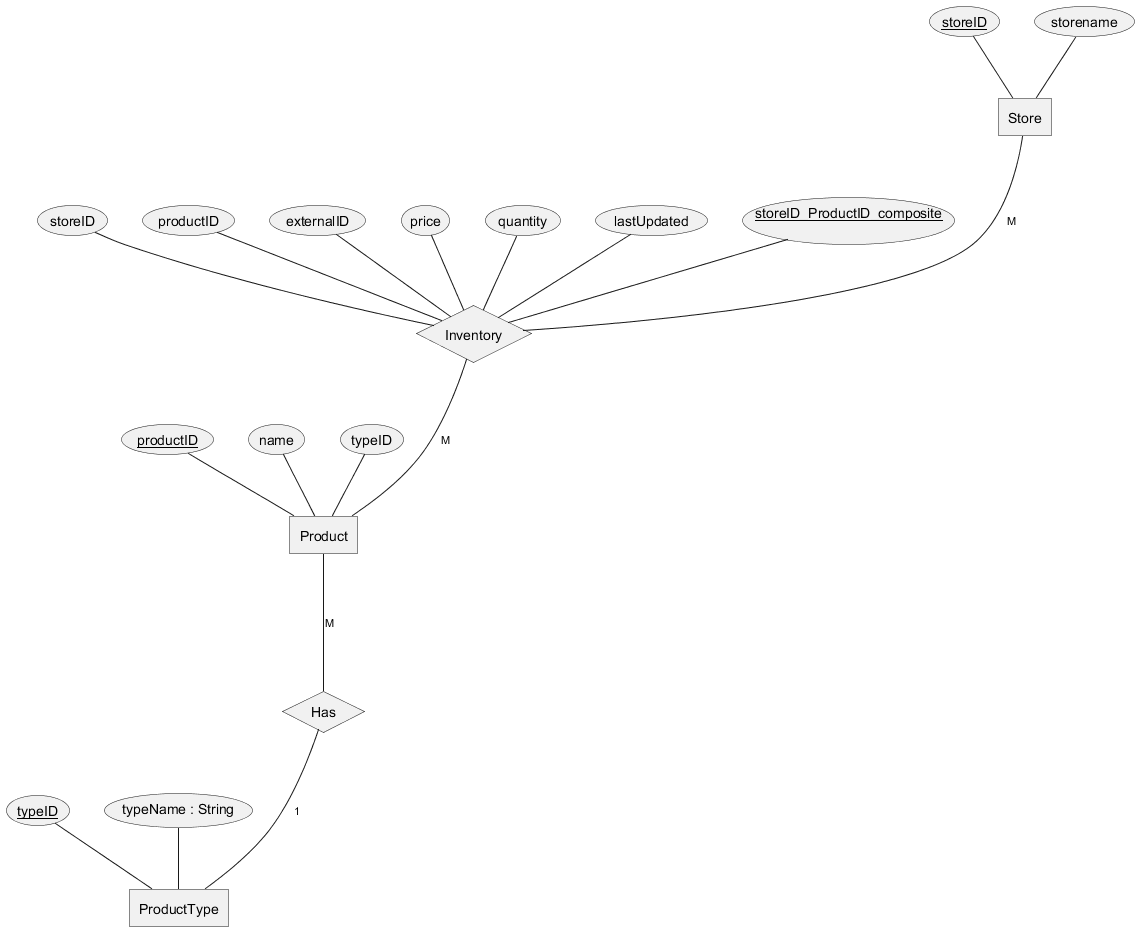
The PlantUML diagram Diagrams/ER_Diagram_Final.png in kigu25/Drop-Alert, before a commit.
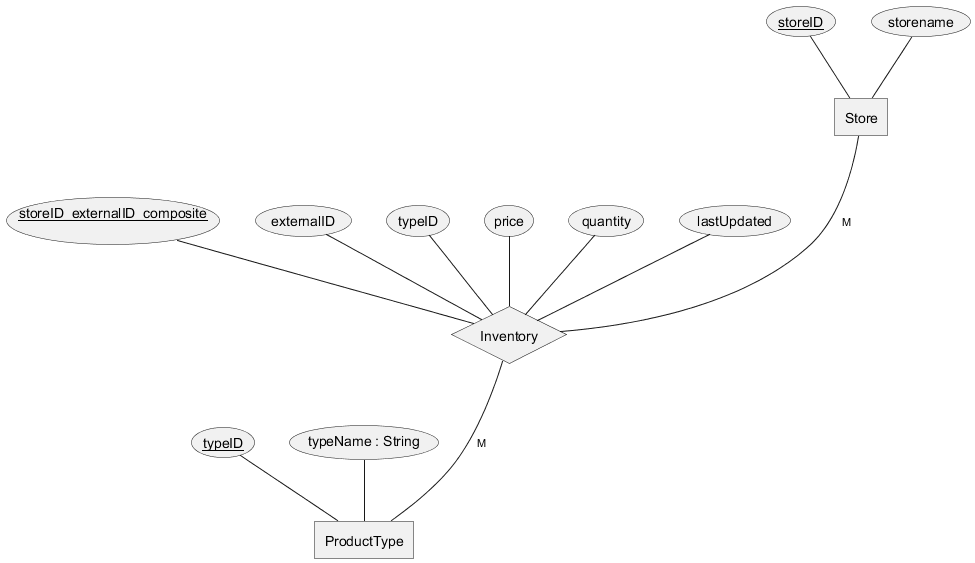
After the change.

Commit message:
Updated ER to match my new design of the project's DB

The edit, as a diff of the source:
```diff
@@ -1,15 +1,9 @@
-@startchen E/R Diagram For Workout Tracker
+@startchen E/R Diagram For Drop Alert
 top to bottom direction
 
 entity Store{
     storeID <<key>>
     storename
-}
-
-entity Product{
-    productID <<key>>
-    name
-    typeID
 }
 
 entity ProductType{
@@ -18,22 +12,15 @@
 }
 
 relationship Inventory{
-    storeID
-    productID
+    storeID_externalID_composite <<key>>
     externalID
+    typeID
     price
     quantity
     lastUpdated
-    storeID_ProductID_composite <<key>>
-}
-
-relationship Has {
 }
 
 Store -M- Inventory
-Inventory -M- Product
-Product -M- Has
-Has -1- ProductType
-
+Inventory -M- ProductType
 
 @endchen
```
